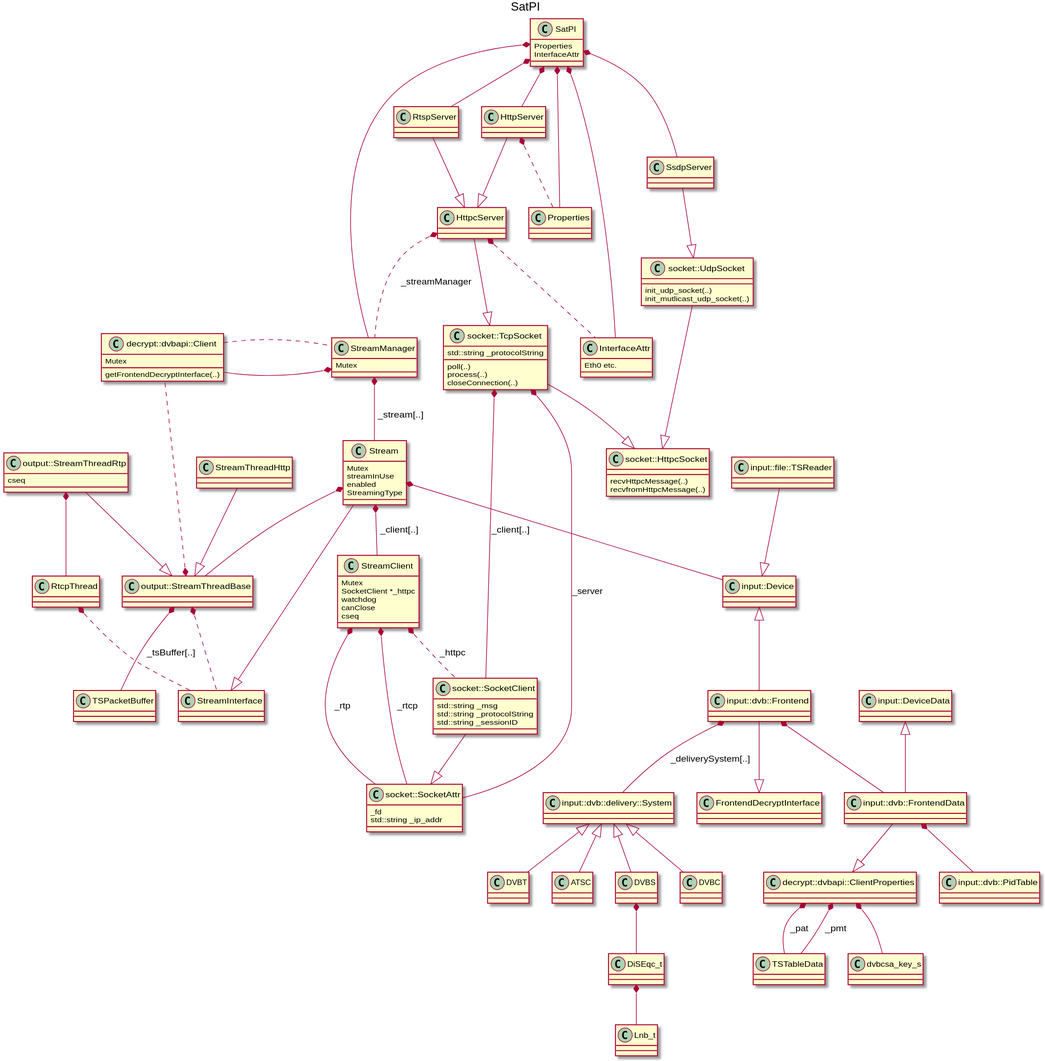
Before: SatPI.svg, a diagram exported from PlantUML (Barracuda09/SATPI). Its source is kept beside it as SatPI.plantuml.
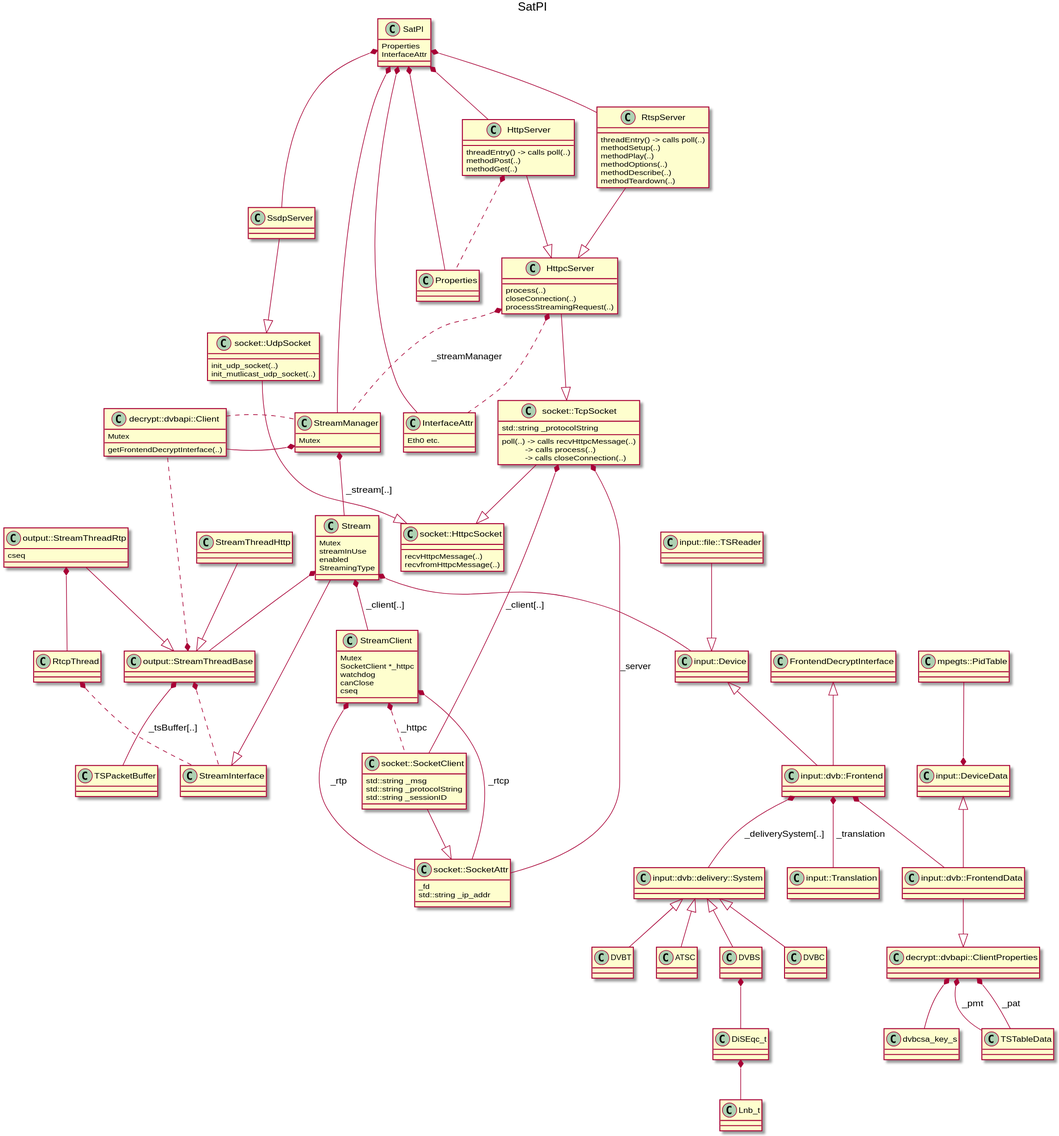
The same file after the commit.

Change to the diagram source:
```diff
@@ -42,9 +42,9 @@
 socket::TcpSocket *-- socket::SocketAttr : "_server"
 socket::TcpSocket *-- socket::SocketClient : "_client[..]"
 class socket::TcpSocket {
-  poll(..)
-  process(..)
-  closeConnection(..)
+  poll(..) -> calls recvHttpcMessage(..)
+           -> calls process(..)
+           -> calls closeConnection(..)
   std::string _protocolString
 }
 
@@ -57,13 +57,31 @@
 SsdpServer --|> socket::UdpSocket
 
 RtspServer --|> HttpcServer
+class RtspServer {
+  threadEntry() -> calls poll(..)
+  methodSetup(..)
+  methodPlay(..)
+  methodOptions(..)
+  methodDescribe(..)
+  methodTeardown(..)
+}
 
 HttpServer --|> HttpcServer
 HttpServer *.. Properties
+class HttpServer {
+  threadEntry() -> calls poll(..)
+  methodPost(..)
+  methodGet(..)
+}
 
 HttpcServer --|> socket::TcpSocket
 HttpcServer *.. StreamManager : "_streamManager"
 HttpcServer *.. InterfaceAttr
+class HttpcServer {
+  process(..)
+  closeConnection(..)
+  processStreamingRequest(..)
+}
 
 Stream --|> StreamInterface
 Stream *-- StreamClient : " _client[..] "
@@ -121,10 +139,11 @@
 input::file::TSReader --|> input::Device
 
 input::Device <|-- input::dvb::Frontend
+FrontendDecryptInterface <|-- input::dvb::Frontend
 
-input::dvb::Frontend --|> FrontendDecryptInterface
 input::dvb::Frontend *-- input::dvb::delivery::System : " _deliverySystem[..] "
 input::dvb::Frontend *-- input::dvb::FrontendData
+input::dvb::Frontend *-- input::Translation : " _translation "
 
 
 input::dvb::delivery::System <|-- DVBS
@@ -142,8 +161,8 @@
 decrypt::dvbapi::ClientProperties *-- TSTableData : " _pmt "
 
 input::DeviceData <|-- input::dvb::FrontendData
+mpegts::PidTable --* input::DeviceData
 
 input::dvb::FrontendData --|> decrypt::dvbapi::ClientProperties
-input::dvb::FrontendData *-- input::dvb::PidTable
 
 @enduml
```
